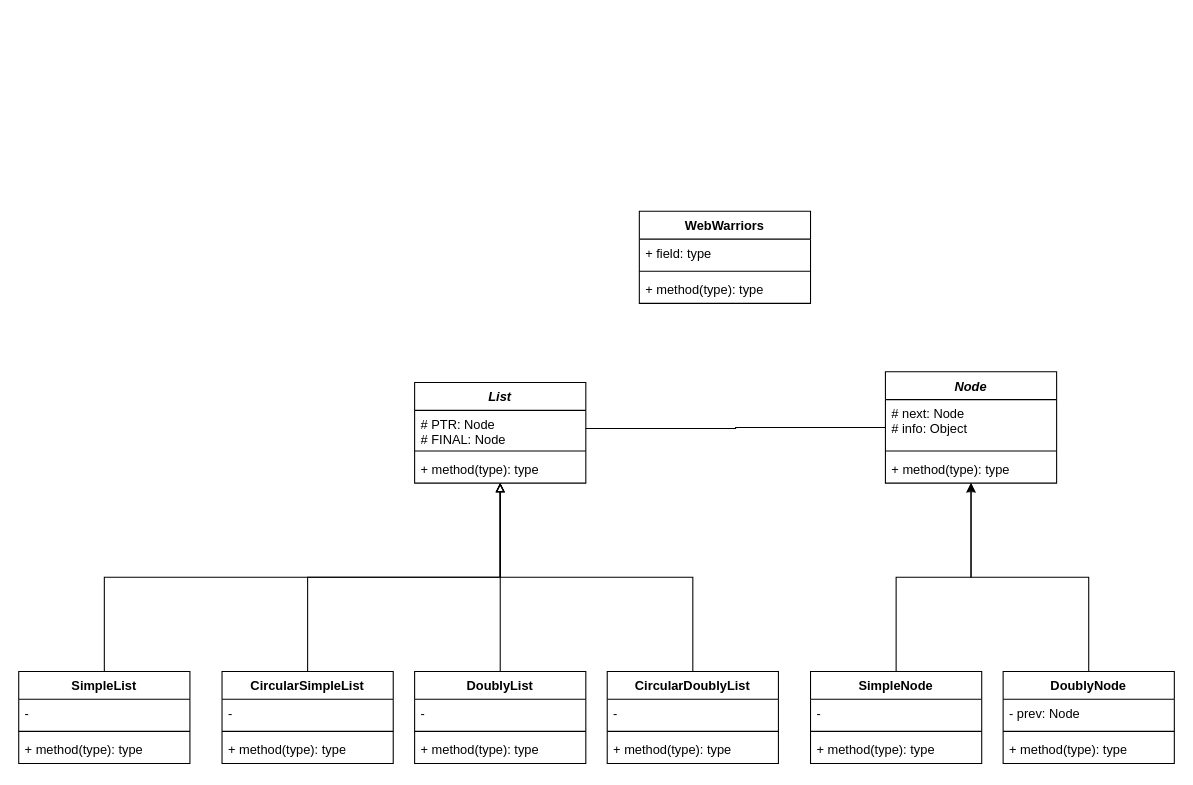
This is Web warriors.drawio from Ally2403/Web-Warriors, a draw.io file, before an edit. Source tidied: cells renumbered, new cells numbered last; positions are measured from the earlier drawing's top-left corner, leaving out a move shared by most shapes. Both pictures are drawn from the tidied source at 107%, with x=0, y=0 at pixel (18, 211).
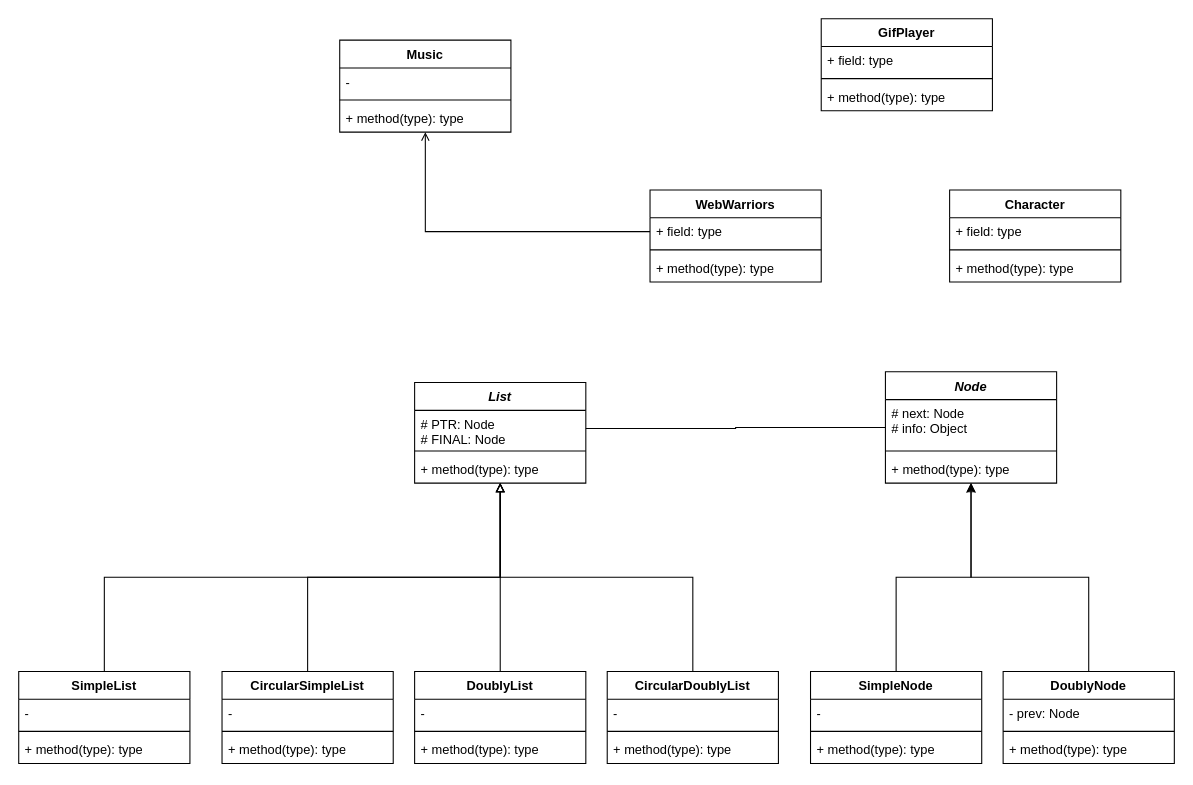
After the change.

Commit message:
Character and GifPlayer classes added.drawio

The change refers to these unchanged cells:
```xml
<mxCell id="3" value="+ field: type" style="text;strokeColor=none;fillColor=none;align=left;verticalAlign=top;spacingLeft=4;spacingRight=4;overflow=hidden;points=[[0,0.5],[1,0.5]];portConstraint=eastwest;whiteSpace=wrap;html=1;" parent="2" vertex="1">
  <mxGeometry y="26" width="160" height="26" as="geometry" />
</mxCell>
```

Change to the diagram source:
```diff
@@
     <mxCell id="2" value="WebWarriors" style="swimlane;fontStyle=1;align=center;verticalAlign=top;horizontal=1;startSize=26;whiteSpace=wrap;html=1;" parent="1" vertex="1">
-      <mxGeometry x="580" width="160" height="86" as="geometry" />
+      <mxGeometry x="590" y="-20" width="160" height="86" as="geometry" />
     </mxCell>
@@
+    <mxCell id="45" value="Music" style="swimlane;fontStyle=1;align=center;verticalAlign=top;horizontal=1;startSize=26;whiteSpace=wrap;html=1;" parent="1" vertex="1">
+      <mxGeometry x="300" y="-160" width="160" height="86" as="geometry" />
+    </mxCell>
+    <mxCell id="46" value="-" style="text;strokeColor=none;fillColor=none;align=left;verticalAlign=top;spacingLeft=4;spacingRight=4;overflow=hidden;whiteSpace=wrap;html=1;" parent="45" vertex="1">
+      <mxGeometry y="26" width="160" height="26" as="geometry" />
+    </mxCell>
+    <mxCell id="47" style="line;strokeWidth=1;fillColor=none;align=left;verticalAlign=middle;spacingTop=-1;spacingLeft=3;spacingRight=3;labelPosition=right;strokeColor=inherit;" parent="45" vertex="1">
+      <mxGeometry y="52" width="160" height="8" as="geometry" />
+    </mxCell>
+    <mxCell id="48" value="+ method(type): type" style="text;strokeColor=none;fillColor=none;align=left;verticalAlign=top;spacingLeft=4;spacingRight=4;overflow=hidden;whiteSpace=wrap;html=1;" parent="45" vertex="1">
+      <mxGeometry y="60" width="160" height="26" as="geometry" />
+    </mxCell>
+    <mxCell id="49" style="edgeStyle=orthogonalEdgeStyle;rounded=0;jettySize=auto;html=1;exitX=0;exitY=0.5;exitDx=0;exitDy=0;endArrow=open;endFill=0;" parent="1" edge="1" source="3" target="45">
+      <mxGeometry relative="1" as="geometry" />
+    </mxCell>
+    <mxCell id="50" value="Character" style="swimlane;fontStyle=1;align=center;verticalAlign=top;horizontal=1;startSize=26;whiteSpace=wrap;html=1;" parent="1" vertex="1">
+      <mxGeometry x="870" y="-20" width="160" height="86" as="geometry" />
+    </mxCell>
+    <mxCell id="51" value="+ field: type" style="text;strokeColor=none;fillColor=none;align=left;verticalAlign=top;spacingLeft=4;spacingRight=4;overflow=hidden;whiteSpace=wrap;html=1;" parent="50" vertex="1">
+      <mxGeometry y="26" width="160" height="26" as="geometry" />
+    </mxCell>
+    <mxCell id="52" style="line;strokeWidth=1;fillColor=none;align=left;verticalAlign=middle;spacingTop=-1;spacingLeft=3;spacingRight=3;labelPosition=right;strokeColor=inherit;" parent="50" vertex="1">
+      <mxGeometry y="52" width="160" height="8" as="geometry" />
+    </mxCell>
+    <mxCell id="53" value="+ method(type): type" style="text;strokeColor=none;fillColor=none;align=left;verticalAlign=top;spacingLeft=4;spacingRight=4;overflow=hidden;whiteSpace=wrap;html=1;" parent="50" vertex="1">
+      <mxGeometry y="60" width="160" height="26" as="geometry" />
+    </mxCell>
+    <mxCell id="54" value="GifPlayer" style="swimlane;fontStyle=1;align=center;verticalAlign=top;horizontal=1;startSize=26;whiteSpace=wrap;html=1;" parent="1" vertex="1">
+      <mxGeometry x="750" y="-180" width="160" height="86" as="geometry" />
+    </mxCell>
+    <mxCell id="55" value="+ field: type" style="text;strokeColor=none;fillColor=none;align=left;verticalAlign=top;spacingLeft=4;spacingRight=4;overflow=hidden;whiteSpace=wrap;html=1;" parent="54" vertex="1">
+      <mxGeometry y="26" width="160" height="26" as="geometry" />
+    </mxCell>
+    <mxCell id="56" style="line;strokeWidth=1;fillColor=none;align=left;verticalAlign=middle;spacingTop=-1;spacingLeft=3;spacingRight=3;labelPosition=right;strokeColor=inherit;" parent="54" vertex="1">
+      <mxGeometry y="52" width="160" height="8" as="geometry" />
+    </mxCell>
+    <mxCell id="57" value="+ method(type): type" style="text;strokeColor=none;fillColor=none;align=left;verticalAlign=top;spacingLeft=4;spacingRight=4;overflow=hidden;whiteSpace=wrap;html=1;" parent="54" vertex="1">
+      <mxGeometry y="60" width="160" height="26" as="geometry" />
+    </mxCell>
```
